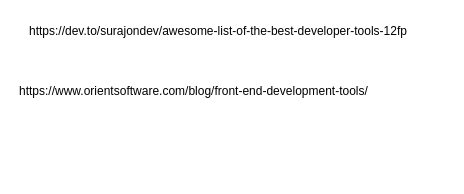
Above: Ultimate Development Tools Diagram.drawio in georgeslanglois/DevTools (draw.io), before the change. Source tidied: cells renumbered, new cells numbered last; positions are measured from the earlier drawing's top-left corner, leaving out a move shared by most shapes. Both pictures are drawn from the tidied source at 100%, with x=0, y=0 at pixel (17, 17).
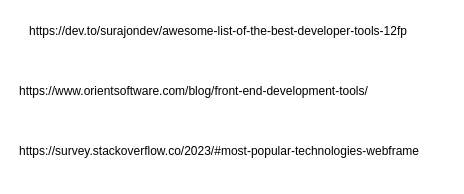
The same page after the edit.

The edit, as a diff of the source:
```diff
@@
 <mxGraphModel>
   <root>
     <mxCell id="0" />
     <mxCell id="1" parent="0" />
     <mxCell id="2" value="https://dev.to/surajondev/awesome-list-of-the-best-developer-tools-12fp" style="text;whiteSpace=wrap;" parent="1" vertex="1">
       <mxGeometry x="10" width="410" height="40" as="geometry" />
     </mxCell>
     <mxCell id="3" value="https://www.orientsoftware.com/blog/front-end-development-tools/" style="text;whiteSpace=wrap;" parent="1" vertex="1">
       <mxGeometry y="60" width="380" height="40" as="geometry" />
     </mxCell>
+    <mxCell id="4" value="https://survey.stackoverflow.co/2023/#most-popular-technologies-webframe" style="text;whiteSpace=wrap;" parent="1" vertex="1">
+      <mxGeometry y="120" width="430" height="40" as="geometry" />
+    </mxCell>
   </root>
 </mxGraphModel>
```
